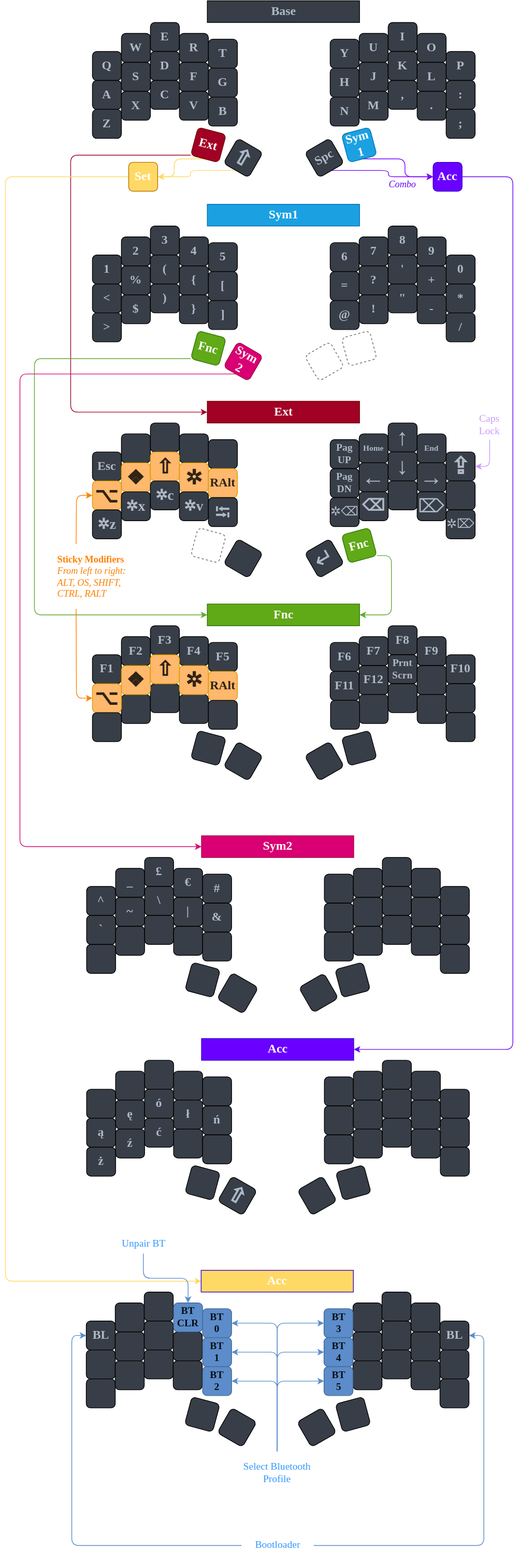
Earlier version of the draw.io export custom.drawio.svg (skyferix/zmk-sweep). Source tidied: cells renumbered, new cells last; positions are measured from the earlier drawing's top-left corner, leaving out a move shared by most shapes.
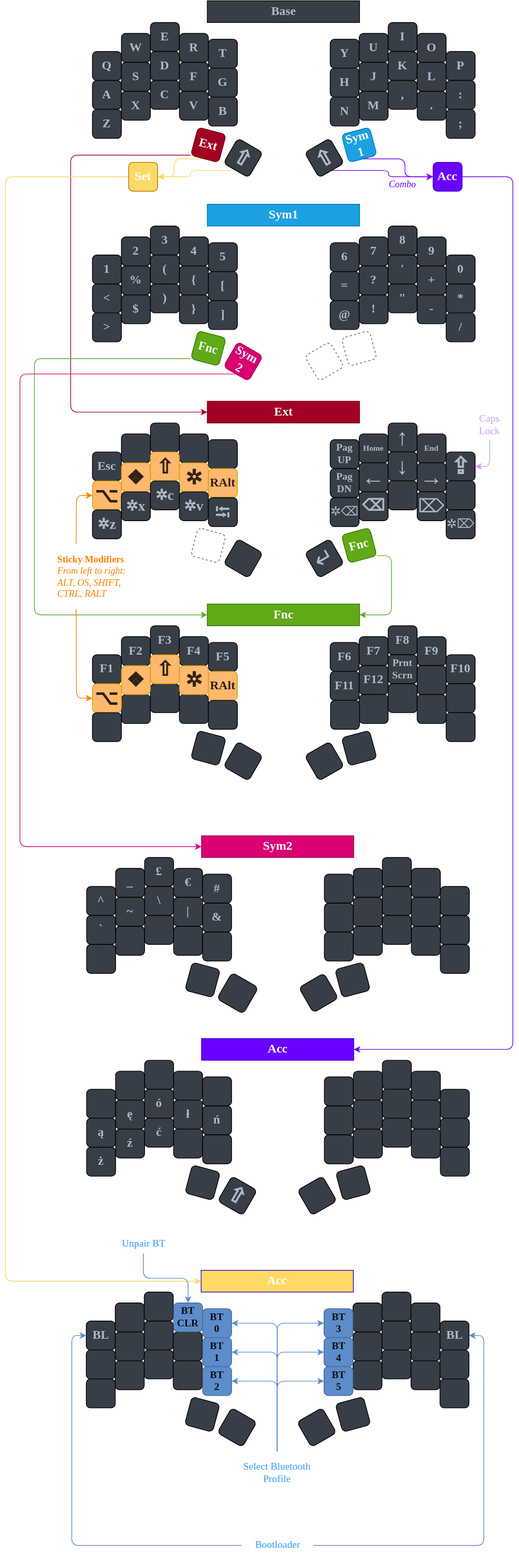
The same file after the commit.

Change to the diagram source:
```diff
@@ -117,7 +117,7 @@
     <mxCell id="37" style="edgeStyle=orthogonalEdgeStyle;rounded=1;jettySize=auto;html=1;exitX=0.5;exitY=1;exitDx=0;exitDy=0;entryX=0;entryY=0.5;entryDx=0;entryDy=0;fontFamily=Verdana;fontSize=14;fontColor=#6906F9;strokeColor=#7F00FF;" parent="1" edge="1" source="38" target="115">
       <mxGeometry relative="1" as="geometry" />
     </mxCell>
-    <mxCell id="38" value="Spc" style="whiteSpace=wrap;html=1;rotation=-30;fontSize=17;fontFamily=Verdana;fontStyle=1;fontColor=#AFB9C7;fillColor=#383E47;rounded=1;" parent="1" vertex="1">
+    <mxCell id="38" value="&lt;span style=&quot;font-family: &amp;quot;segoe ui emoji&amp;quot;, &amp;quot;apple color emoji&amp;quot;, &amp;quot;noto color emoji&amp;quot;; font-size: 30px;&quot;&gt;⇧&lt;/span&gt;" style="whiteSpace=wrap;html=1;rotation=-30;fontSize=17;fontFamily=Verdana;fontStyle=1;fontColor=#AFB9C7;fillColor=#383E47;rounded=1;" parent="1" vertex="1">
       <mxGeometry x="420" y="197" width="40" height="40" as="geometry" />
     </mxCell>
     <mxCell id="39" style="edgeStyle=orthogonalEdgeStyle;rounded=1;jettySize=auto;html=1;exitX=0.5;exitY=1;exitDx=0;exitDy=0;entryX=0;entryY=0.5;entryDx=0;entryDy=0;fontFamily=Verdana;fontSize=14;fontColor=#6906F9;strokeColor=#7F00FF;" parent="1" edge="1" source="40" target="115">
```
